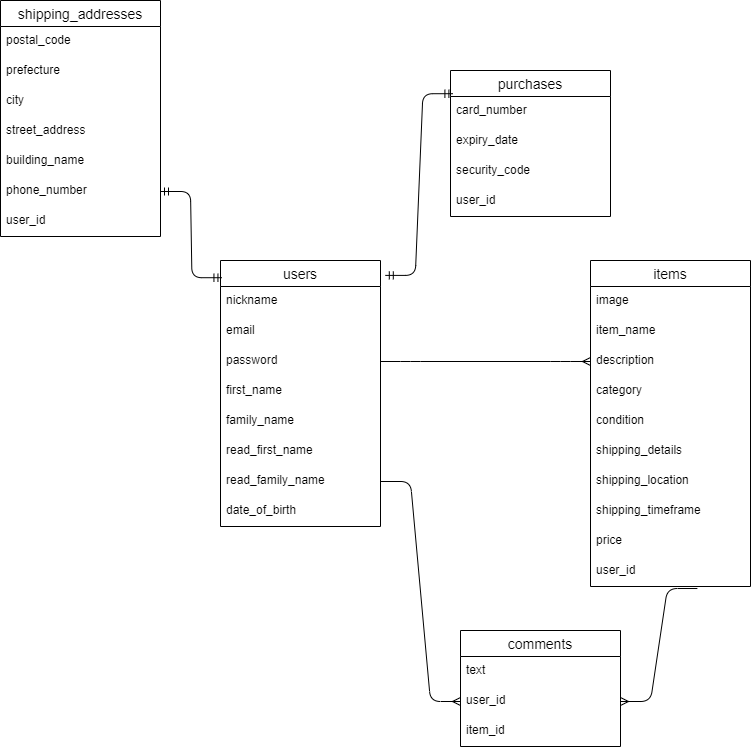
This is test.drawio.png from sumachanabc/furima-39812, a draw.io export, as it was before one commit. Source tidied: cells renumbered, new cells last; positions are measured from the earlier drawing's top-left corner, leaving out a move shared by most shapes. The source it was exported from:
```xml
<mxGraphModel>
  <root>
    <mxCell id="0" />
    <mxCell id="1" parent="0" />
    <mxCell id="2" value="users" style="swimlane;fontStyle=0;horizontal=1;startSize=26;align=center;fontSize=14;" parent="1" vertex="1">
      <mxGeometry x="220" y="260" width="160" height="266" as="geometry" />
    </mxCell>
    <mxCell id="3" value="nickname" style="text;strokeColor=none;fillColor=none;spacingLeft=4;spacingRight=4;overflow=hidden;points=[[0,0.5],[1,0.5]];portConstraint=eastwest;fontSize=12;" parent="2" vertex="1">
      <mxGeometry y="26" width="160" height="30" as="geometry" />
    </mxCell>
    <mxCell id="4" value="email" style="text;strokeColor=none;fillColor=none;spacingLeft=4;spacingRight=4;overflow=hidden;fontSize=12;" parent="2" vertex="1">
      <mxGeometry y="56" width="160" height="30" as="geometry" />
    </mxCell>
    <mxCell id="5" value="password" style="text;strokeColor=none;fillColor=none;spacingLeft=4;spacingRight=4;overflow=hidden;points=[[0,0.5],[1,0.5]];portConstraint=eastwest;fontSize=12;" parent="2" vertex="1">
      <mxGeometry y="86" width="160" height="30" as="geometry" />
    </mxCell>
    <mxCell id="6" value="first_name" style="text;strokeColor=none;fillColor=none;spacingLeft=4;spacingRight=4;overflow=hidden;fontSize=12;" parent="2" vertex="1">
      <mxGeometry y="116" width="160" height="30" as="geometry" />
    </mxCell>
    <mxCell id="7" value="family_name" style="text;strokeColor=none;fillColor=none;spacingLeft=4;spacingRight=4;overflow=hidden;fontSize=12;" parent="2" vertex="1">
      <mxGeometry y="146" width="160" height="30" as="geometry" />
    </mxCell>
    <mxCell id="8" value="read_first_name" style="text;strokeColor=none;fillColor=none;spacingLeft=4;spacingRight=4;overflow=hidden;fontSize=12;" parent="2" vertex="1">
      <mxGeometry y="176" width="160" height="30" as="geometry" />
    </mxCell>
    <mxCell id="9" value="read_family_name" style="text;strokeColor=none;fillColor=none;spacingLeft=4;spacingRight=4;overflow=hidden;points=[[0,0.5],[1,0.5]];portConstraint=eastwest;fontSize=12;" parent="2" vertex="1">
      <mxGeometry y="206" width="160" height="30" as="geometry" />
    </mxCell>
    <mxCell id="10" value="date_of_birth" style="text;strokeColor=none;fillColor=none;spacingLeft=4;spacingRight=4;overflow=hidden;fontSize=12;" parent="2" vertex="1">
      <mxGeometry y="236" width="160" height="30" as="geometry" />
    </mxCell>
    <mxCell id="11" value="items" style="swimlane;fontStyle=0;horizontal=1;startSize=26;align=center;fontSize=14;" parent="1" vertex="1">
      <mxGeometry x="590" y="260" width="160" height="326" as="geometry" />
    </mxCell>
    <mxCell id="12" value="image " style="text;strokeColor=none;fillColor=none;spacingLeft=4;spacingRight=4;overflow=hidden;fontSize=12;" parent="11" vertex="1">
      <mxGeometry y="26" width="160" height="30" as="geometry" />
    </mxCell>
    <mxCell id="13" value="item_name" style="text;strokeColor=none;fillColor=none;spacingLeft=4;spacingRight=4;overflow=hidden;fontSize=12;" parent="11" vertex="1">
      <mxGeometry y="56" width="160" height="30" as="geometry" />
    </mxCell>
    <mxCell id="14" value="description" style="text;strokeColor=none;fillColor=none;spacingLeft=4;spacingRight=4;overflow=hidden;points=[[0,0.5],[1,0.5]];portConstraint=eastwest;fontSize=12;" parent="11" vertex="1">
      <mxGeometry y="86" width="160" height="30" as="geometry" />
    </mxCell>
    <mxCell id="15" value="category" style="text;strokeColor=none;fillColor=none;spacingLeft=4;spacingRight=4;overflow=hidden;fontSize=12;" parent="11" vertex="1">
      <mxGeometry y="116" width="160" height="30" as="geometry" />
    </mxCell>
    <mxCell id="16" value="condition" style="text;strokeColor=none;fillColor=none;spacingLeft=4;spacingRight=4;overflow=hidden;fontSize=12;" parent="11" vertex="1">
      <mxGeometry y="146" width="160" height="30" as="geometry" />
    </mxCell>
    <mxCell id="17" value="shipping_details" style="text;strokeColor=none;fillColor=none;spacingLeft=4;spacingRight=4;overflow=hidden;fontSize=12;" parent="11" vertex="1">
      <mxGeometry y="176" width="160" height="30" as="geometry" />
    </mxCell>
    <mxCell id="18" value="shipping_location" style="text;strokeColor=none;fillColor=none;spacingLeft=4;spacingRight=4;overflow=hidden;fontSize=12;" parent="11" vertex="1">
      <mxGeometry y="206" width="160" height="30" as="geometry" />
    </mxCell>
    <mxCell id="19" value="shipping_timeframe" style="text;strokeColor=none;fillColor=none;spacingLeft=4;spacingRight=4;overflow=hidden;fontSize=12;" parent="11" vertex="1">
      <mxGeometry y="236" width="160" height="30" as="geometry" />
    </mxCell>
    <mxCell id="20" value="price" style="text;strokeColor=none;fillColor=none;spacingLeft=4;spacingRight=4;overflow=hidden;fontSize=12;" parent="11" vertex="1">
      <mxGeometry y="266" width="160" height="30" as="geometry" />
    </mxCell>
    <mxCell id="21" value="user_id" style="text;strokeColor=none;fillColor=none;spacingLeft=4;spacingRight=4;overflow=hidden;points=[[0,0.5],[1,0.5]];portConstraint=eastwest;fontSize=12;" parent="11" vertex="1">
      <mxGeometry y="296" width="160" height="30" as="geometry" />
    </mxCell>
    <mxCell id="22" value="comments" style="swimlane;fontStyle=0;horizontal=1;startSize=26;align=center;fontSize=14;" parent="1" vertex="1">
      <mxGeometry x="460" y="630" width="160" height="116" as="geometry" />
    </mxCell>
    <mxCell id="23" value="text" style="text;strokeColor=none;fillColor=none;spacingLeft=4;spacingRight=4;overflow=hidden;fontSize=12;" parent="22" vertex="1">
      <mxGeometry y="26" width="160" height="30" as="geometry" />
    </mxCell>
    <mxCell id="24" value="user_id" style="text;strokeColor=none;fillColor=none;spacingLeft=4;spacingRight=4;overflow=hidden;points=[[0,0.5],[1,0.5]];portConstraint=eastwest;fontSize=12;" parent="22" vertex="1">
      <mxGeometry y="56" width="160" height="30" as="geometry" />
    </mxCell>
    <mxCell id="25" value="item_id" style="text;strokeColor=none;fillColor=none;spacingLeft=4;spacingRight=4;overflow=hidden;fontSize=12;" parent="22" vertex="1">
      <mxGeometry y="86" width="160" height="30" as="geometry" />
    </mxCell>
    <mxCell id="26" style="edgeStyle=entityRelationEdgeStyle;fontSize=12;html=1;endArrow=ERmany;entryX=0;entryY=0.5;entryDx=0;entryDy=0;exitX=1;exitY=0.5;exitDx=0;exitDy=0;" parent="1" edge="1" source="5" target="14">
      <mxGeometry relative="1" as="geometry" />
    </mxCell>
    <mxCell id="27" style="edgeStyle=entityRelationEdgeStyle;fontSize=12;html=1;endArrow=ERmany;exitX=1;exitY=0.5;exitDx=0;exitDy=0;entryX=0;entryY=0.5;entryDx=0;entryDy=0;" parent="1" edge="1" source="9" target="24">
      <mxGeometry relative="1" as="geometry" />
    </mxCell>
    <mxCell id="28" style="edgeStyle=entityRelationEdgeStyle;fontSize=12;html=1;endArrow=ERmany;entryX=1;entryY=0.5;entryDx=0;entryDy=0;exitX=0.668;exitY=1.067;exitDx=0;exitDy=0;exitPerimeter=0;" parent="1" edge="1" source="21" target="24">
      <mxGeometry relative="1" as="geometry" />
    </mxCell>
    <mxCell id="29" value="shipping_addresses" style="swimlane;fontStyle=0;horizontal=1;startSize=26;align=center;fontSize=14;" parent="1" vertex="1">
      <mxGeometry width="160" height="236" as="geometry" />
    </mxCell>
    <mxCell id="30" value="postal_code" style="text;strokeColor=none;fillColor=none;spacingLeft=4;spacingRight=4;overflow=hidden;points=[[0,0.5],[1,0.5]];portConstraint=eastwest;fontSize=12;" parent="29" vertex="1">
      <mxGeometry y="26" width="160" height="30" as="geometry" />
    </mxCell>
    <mxCell id="31" value="prefecture" style="text;strokeColor=none;fillColor=none;spacingLeft=4;spacingRight=4;overflow=hidden;fontSize=12;" parent="29" vertex="1">
      <mxGeometry y="56" width="160" height="30" as="geometry" />
    </mxCell>
    <mxCell id="32" value="city" style="text;strokeColor=none;fillColor=none;spacingLeft=4;spacingRight=4;overflow=hidden;fontSize=12;" parent="29" vertex="1">
      <mxGeometry y="86" width="160" height="30" as="geometry" />
    </mxCell>
    <mxCell id="33" value="street_address" style="text;strokeColor=none;fillColor=none;spacingLeft=4;spacingRight=4;overflow=hidden;fontSize=12;" parent="29" vertex="1">
      <mxGeometry y="116" width="160" height="30" as="geometry" />
    </mxCell>
    <mxCell id="34" value="building_name" style="text;strokeColor=none;fillColor=none;spacingLeft=4;spacingRight=4;overflow=hidden;fontSize=12;" parent="29" vertex="1">
      <mxGeometry y="146" width="160" height="30" as="geometry" />
    </mxCell>
    <mxCell id="35" value="phone_number" style="text;strokeColor=none;fillColor=none;spacingLeft=4;spacingRight=4;overflow=hidden;points=[[0,0.5],[1,0.5]];portConstraint=eastwest;fontSize=12;" parent="29" vertex="1">
      <mxGeometry y="176" width="160" height="30" as="geometry" />
    </mxCell>
    <mxCell id="36" value="user_id" style="text;strokeColor=none;fillColor=none;spacingLeft=4;spacingRight=4;overflow=hidden;fontSize=12;" parent="29" vertex="1">
      <mxGeometry y="206" width="160" height="30" as="geometry" />
    </mxCell>
    <mxCell id="37" value="purchases" style="swimlane;fontStyle=0;horizontal=1;startSize=26;align=center;fontSize=14;" parent="1" vertex="1">
      <mxGeometry x="450" y="70" width="160" height="146" as="geometry" />
    </mxCell>
    <mxCell id="38" value="card_number" style="text;strokeColor=none;fillColor=none;spacingLeft=4;spacingRight=4;overflow=hidden;points=[[0,0.5],[1,0.5]];portConstraint=eastwest;fontSize=12;" parent="37" vertex="1">
      <mxGeometry y="26" width="160" height="30" as="geometry" />
    </mxCell>
    <mxCell id="39" value="expiry_date" style="text;strokeColor=none;fillColor=none;spacingLeft=4;spacingRight=4;overflow=hidden;fontSize=12;" parent="37" vertex="1">
      <mxGeometry y="56" width="160" height="30" as="geometry" />
    </mxCell>
    <mxCell id="40" value="security_code" style="text;strokeColor=none;fillColor=none;spacingLeft=4;spacingRight=4;overflow=hidden;fontSize=12;" parent="37" vertex="1">
      <mxGeometry y="86" width="160" height="30" as="geometry" />
    </mxCell>
    <mxCell id="41" value="user_id" style="text;strokeColor=none;fillColor=none;spacingLeft=4;spacingRight=4;overflow=hidden;fontSize=12;" parent="37" vertex="1">
      <mxGeometry y="116" width="160" height="30" as="geometry" />
    </mxCell>
    <mxCell id="42" style="edgeStyle=entityRelationEdgeStyle;fontSize=12;html=1;endArrow=ERmandOne;startArrow=ERmandOne;exitX=1;exitY=0.5;exitDx=0;exitDy=0;entryX=0.009;entryY=-0.293;entryDx=0;entryDy=0;entryPerimeter=0;" parent="1" edge="1" source="35" target="3">
      <mxGeometry relative="1" as="geometry" />
    </mxCell>
    <mxCell id="43" style="edgeStyle=entityRelationEdgeStyle;fontSize=12;html=1;endArrow=ERmandOne;startArrow=ERmandOne;exitX=1.03;exitY=0.056;exitDx=0;exitDy=0;exitPerimeter=0;entryX=0.015;entryY=-0.093;entryDx=0;entryDy=0;entryPerimeter=0;" parent="1" edge="1" source="2" target="38">
      <mxGeometry relative="1" as="geometry" />
    </mxCell>
  </root>
</mxGraphModel>
```
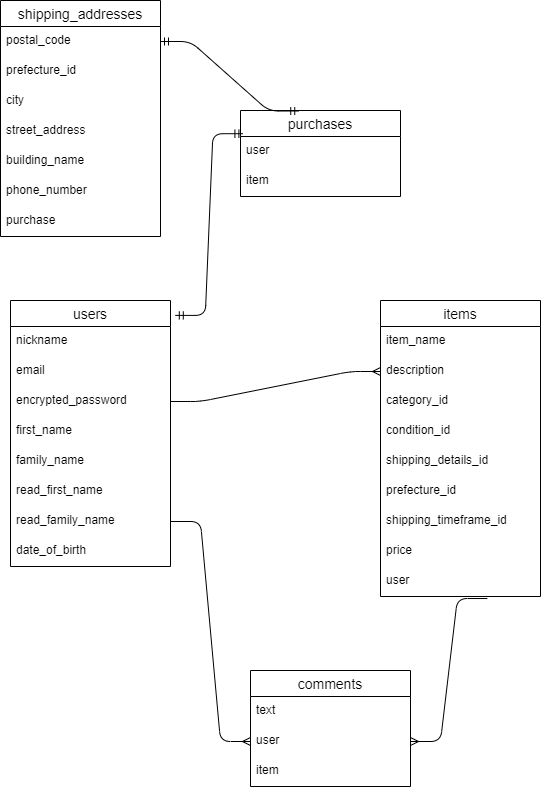
The same file after the commit.

Change to the diagram source:
```diff
@@ -11,7 +11,7 @@
     <mxCell id="4" value="email" style="text;strokeColor=none;fillColor=none;spacingLeft=4;spacingRight=4;overflow=hidden;fontSize=12;" parent="2" vertex="1">
       <mxGeometry y="56" width="160" height="30" as="geometry" />
     </mxCell>
-    <mxCell id="5" value="password" style="text;strokeColor=none;fillColor=none;spacingLeft=4;spacingRight=4;overflow=hidden;points=[[0,0.5],[1,0.5]];portConstraint=eastwest;fontSize=12;" parent="2" vertex="1">
+    <mxCell id="5" value="encrypted_password" style="text;strokeColor=none;fillColor=none;spacingLeft=4;spacingRight=4;overflow=hidden;points=[[0,0.5],[1,0.5]];portConstraint=eastwest;fontSize=12;" parent="2" vertex="1">
       <mxGeometry y="86" width="160" height="30" as="geometry" />
     </mxCell>
     <mxCell id="6" value="first_name" style="text;strokeColor=none;fillColor=none;spacingLeft=4;spacingRight=4;overflow=hidden;fontSize=12;" parent="2" vertex="1">
@@ -30,37 +30,34 @@
       <mxGeometry y="236" width="160" height="30" as="geometry" />
     </mxCell>
     <mxCell id="11" value="items" style="swimlane;fontStyle=0;horizontal=1;startSize=26;align=center;fontSize=14;" parent="1" vertex="1">
-      <mxGeometry x="590" y="260" width="160" height="326" as="geometry" />
+      <mxGeometry x="590" y="260" width="160" height="296" as="geometry" />
     </mxCell>
-    <mxCell id="12" value="image " style="text;strokeColor=none;fillColor=none;spacingLeft=4;spacingRight=4;overflow=hidden;fontSize=12;" parent="11" vertex="1">
-      <mxGeometry y="26" width="160" height="30" as="geometry" />
-    </mxCell>
     <mxCell id="13" value="item_name" style="text;strokeColor=none;fillColor=none;spacingLeft=4;spacingRight=4;overflow=hidden;fontSize=12;" parent="11" vertex="1">
-      <mxGeometry y="56" width="160" height="30" as="geometry" />
+      <mxGeometry y="26" width="160" height="30" as="geometry" />
     </mxCell>
     <mxCell id="14" value="description" style="text;strokeColor=none;fillColor=none;spacingLeft=4;spacingRight=4;overflow=hidden;points=[[0,0.5],[1,0.5]];portConstraint=eastwest;fontSize=12;" parent="11" vertex="1">
-      <mxGeometry y="86" width="160" height="30" as="geometry" />
+      <mxGeometry y="56" width="160" height="30" as="geometry" />
     </mxCell>
-    <mxCell id="15" value="category" style="text;strokeColor=none;fillColor=none;spacingLeft=4;spacingRight=4;overflow=hidden;fontSize=12;" parent="11" vertex="1">
-      <mxGeometry y="116" width="160" height="30" as="geometry" />
+    <mxCell id="15" value="category_id" style="text;strokeColor=none;fillColor=none;spacingLeft=4;spacingRight=4;overflow=hidden;fontSize=12;" parent="11" vertex="1">
+      <mxGeometry y="86" width="160" height="30" as="geometry" />
     </mxCell>
-    <mxCell id="16" value="condition" style="text;strokeColor=none;fillColor=none;spacingLeft=4;spacingRight=4;overflow=hidden;fontSize=12;" parent="11" vertex="1">
-      <mxGeometry y="146" width="160" height="30" as="geometry" />
+    <mxCell id="16" value="condition_id" style="text;strokeColor=none;fillColor=none;spacingLeft=4;spacingRight=4;overflow=hidden;fontSize=12;" parent="11" vertex="1">
+      <mxGeometry y="116" width="160" height="30" as="geometry" />
     </mxCell>
-    <mxCell id="17" value="shipping_details" style="text;strokeColor=none;fillColor=none;spacingLeft=4;spacingRight=4;overflow=hidden;fontSize=12;" parent="11" vertex="1">
-      <mxGeometry y="176" width="160" height="30" as="geometry" />
+    <mxCell id="17" value="shipping_details_id" style="text;strokeColor=none;fillColor=none;spacingLeft=4;spacingRight=4;overflow=hidden;fontSize=12;" parent="11" vertex="1">
+      <mxGeometry y="146" width="160" height="30" as="geometry" />
     </mxCell>
-    <mxCell id="18" value="shipping_location" style="text;strokeColor=none;fillColor=none;spacingLeft=4;spacingRight=4;overflow=hidden;fontSize=12;" parent="11" vertex="1">
-      <mxGeometry y="206" width="160" height="30" as="geometry" />
+    <mxCell id="18" value="prefecture_id" style="text;strokeColor=none;fillColor=none;spacingLeft=4;spacingRight=4;overflow=hidden;fontSize=12;" parent="11" vertex="1">
+      <mxGeometry y="176" width="160" height="30" as="geometry" />
     </mxCell>
-    <mxCell id="19" value="shipping_timeframe" style="text;strokeColor=none;fillColor=none;spacingLeft=4;spacingRight=4;overflow=hidden;fontSize=12;" parent="11" vertex="1">
-      <mxGeometry y="236" width="160" height="30" as="geometry" />
+    <mxCell id="19" value="shipping_timeframe_id" style="text;strokeColor=none;fillColor=none;spacingLeft=4;spacingRight=4;overflow=hidden;fontSize=12;" parent="11" vertex="1">
+      <mxGeometry y="206" width="160" height="30" as="geometry" />
     </mxCell>
     <mxCell id="20" value="price" style="text;strokeColor=none;fillColor=none;spacingLeft=4;spacingRight=4;overflow=hidden;fontSize=12;" parent="11" vertex="1">
-      <mxGeometry y="266" width="160" height="30" as="geometry" />
+      <mxGeometry y="236" width="160" height="30" as="geometry" />
     </mxCell>
-    <mxCell id="21" value="user_id" style="text;strokeColor=none;fillColor=none;spacingLeft=4;spacingRight=4;overflow=hidden;points=[[0,0.5],[1,0.5]];portConstraint=eastwest;fontSize=12;" parent="11" vertex="1">
-      <mxGeometry y="296" width="160" height="30" as="geometry" />
+    <mxCell id="21" value="user" style="text;strokeColor=none;fillColor=none;spacingLeft=4;spacingRight=4;overflow=hidden;points=[[0,0.5],[1,0.5]];portConstraint=eastwest;fontSize=12;" parent="11" vertex="1">
+      <mxGeometry y="266" width="160" height="30" as="geometry" />
     </mxCell>
     <mxCell id="22" value="comments" style="swimlane;fontStyle=0;horizontal=1;startSize=26;align=center;fontSize=14;" parent="1" vertex="1">
       <mxGeometry x="460" y="630" width="160" height="116" as="geometry" />
@@ -68,10 +65,10 @@
     <mxCell id="23" value="text" style="text;strokeColor=none;fillColor=none;spacingLeft=4;spacingRight=4;overflow=hidden;fontSize=12;" parent="22" vertex="1">
       <mxGeometry y="26" width="160" height="30" as="geometry" />
     </mxCell>
-    <mxCell id="24" value="user_id" style="text;strokeColor=none;fillColor=none;spacingLeft=4;spacingRight=4;overflow=hidden;points=[[0,0.5],[1,0.5]];portConstraint=eastwest;fontSize=12;" parent="22" vertex="1">
+    <mxCell id="24" value="user" style="text;strokeColor=none;fillColor=none;spacingLeft=4;spacingRight=4;overflow=hidden;points=[[0,0.5],[1,0.5]];portConstraint=eastwest;fontSize=12;" parent="22" vertex="1">
       <mxGeometry y="56" width="160" height="30" as="geometry" />
     </mxCell>
-    <mxCell id="25" value="item_id" style="text;strokeColor=none;fillColor=none;spacingLeft=4;spacingRight=4;overflow=hidden;fontSize=12;" parent="22" vertex="1">
+    <mxCell id="25" value="item" style="text;strokeColor=none;fillColor=none;spacingLeft=4;spacingRight=4;overflow=hidden;fontSize=12;" parent="22" vertex="1">
       <mxGeometry y="86" width="160" height="30" as="geometry" />
     </mxCell>
     <mxCell id="26" style="edgeStyle=entityRelationEdgeStyle;fontSize=12;html=1;endArrow=ERmany;entryX=0;entryY=0.5;entryDx=0;entryDy=0;exitX=1;exitY=0.5;exitDx=0;exitDy=0;" parent="1" edge="1" source="5" target="14">
@@ -84,12 +81,12 @@
       <mxGeometry relative="1" as="geometry" />
     </mxCell>
     <mxCell id="29" value="shipping_addresses" style="swimlane;fontStyle=0;horizontal=1;startSize=26;align=center;fontSize=14;" parent="1" vertex="1">
-      <mxGeometry width="160" height="236" as="geometry" />
+      <mxGeometry x="210" y="-40" width="160" height="236" as="geometry" />
     </mxCell>
     <mxCell id="30" value="postal_code" style="text;strokeColor=none;fillColor=none;spacingLeft=4;spacingRight=4;overflow=hidden;points=[[0,0.5],[1,0.5]];portConstraint=eastwest;fontSize=12;" parent="29" vertex="1">
       <mxGeometry y="26" width="160" height="30" as="geometry" />
     </mxCell>
-    <mxCell id="31" value="prefecture" style="text;strokeColor=none;fillColor=none;spacingLeft=4;spacingRight=4;overflow=hidden;fontSize=12;" parent="29" vertex="1">
+    <mxCell id="31" value="prefecture_id" style="text;strokeColor=none;fillColor=none;spacingLeft=4;spacingRight=4;overflow=hidden;fontSize=12;" parent="29" vertex="1">
       <mxGeometry y="56" width="160" height="30" as="geometry" />
     </mxCell>
     <mxCell id="32" value="city" style="text;strokeColor=none;fillColor=none;spacingLeft=4;spacingRight=4;overflow=hidden;fontSize=12;" parent="29" vertex="1">
@@ -104,29 +101,25 @@
     <mxCell id="35" value="phone_number" style="text;strokeColor=none;fillColor=none;spacingLeft=4;spacingRight=4;overflow=hidden;points=[[0,0.5],[1,0.5]];portConstraint=eastwest;fontSize=12;" parent="29" vertex="1">
       <mxGeometry y="176" width="160" height="30" as="geometry" />
     </mxCell>
-    <mxCell id="36" value="user_id" style="text;strokeColor=none;fillColor=none;spacingLeft=4;spacingRight=4;overflow=hidden;fontSize=12;" parent="29" vertex="1">
+    <mxCell id="36" value="purchase" style="text;strokeColor=none;fillColor=none;spacingLeft=4;spacingRight=4;overflow=hidden;fontSize=12;" parent="29" vertex="1">
       <mxGeometry y="206" width="160" height="30" as="geometry" />
     </mxCell>
     <mxCell id="37" value="purchases" style="swimlane;fontStyle=0;horizontal=1;startSize=26;align=center;fontSize=14;" parent="1" vertex="1">
-      <mxGeometry x="450" y="70" width="160" height="146" as="geometry" />
+      <mxGeometry x="450" y="70" width="160" height="86" as="geometry" />
     </mxCell>
-    <mxCell id="38" value="card_number" style="text;strokeColor=none;fillColor=none;spacingLeft=4;spacingRight=4;overflow=hidden;points=[[0,0.5],[1,0.5]];portConstraint=eastwest;fontSize=12;" parent="37" vertex="1">
-      <mxGeometry y="26" width="160" height="30" as="geometry" />
-    </mxCell>
-    <mxCell id="39" value="expiry_date" style="text;strokeColor=none;fillColor=none;spacingLeft=4;spacingRight=4;overflow=hidden;fontSize=12;" parent="37" vertex="1">
-      <mxGeometry y="56" width="160" height="30" as="geometry" />
-    </mxCell>
-    <mxCell id="40" value="security_code" style="text;strokeColor=none;fillColor=none;spacingLeft=4;spacingRight=4;overflow=hidden;fontSize=12;" parent="37" vertex="1">
-      <mxGeometry y="86" width="160" height="30" as="geometry" />
-    </mxCell>
-    <mxCell id="41" value="user_id" style="text;strokeColor=none;fillColor=none;spacingLeft=4;spacingRight=4;overflow=hidden;fontSize=12;" parent="37" vertex="1">
-      <mxGeometry y="116" width="160" height="30" as="geometry" />
+    <mxCell id="41" value="user" style="text;strokeColor=none;fillColor=none;spacingLeft=4;spacingRight=4;overflow=hidden;fontSize=12;" parent="37" vertex="1">
+      <mxGeometry y="26" width="160" height="30" as="geometry" />
     </mxCell>
+    <mxCell id="44" value="item" style="text;strokeColor=none;fillColor=none;spacingLeft=4;spacingRight=4;overflow=hidden;fontSize=12;" parent="37" vertex="1">
+      <mxGeometry y="56" width="160" height="30" as="geometry" />
+    </mxCell>
-    <mxCell id="42" style="edgeStyle=entityRelationEdgeStyle;fontSize=12;html=1;endArrow=ERmandOne;startArrow=ERmandOne;exitX=1;exitY=0.5;exitDx=0;exitDy=0;entryX=0.009;entryY=-0.293;entryDx=0;entryDy=0;entryPerimeter=0;" parent="1" edge="1" source="35" target="3">
+    <mxCell id="42" style="edgeStyle=entityRelationEdgeStyle;fontSize=12;html=1;endArrow=ERmandOne;startArrow=ERmandOne;exitX=1;exitY=0.5;exitDx=0;exitDy=0;entryX=0.364;entryY=0.006;entryDx=0;entryDy=0;entryPerimeter=0;" parent="1" edge="1" source="30" target="37">
       <mxGeometry relative="1" as="geometry" />
     </mxCell>
-    <mxCell id="43" style="edgeStyle=entityRelationEdgeStyle;fontSize=12;html=1;endArrow=ERmandOne;startArrow=ERmandOne;exitX=1.03;exitY=0.056;exitDx=0;exitDy=0;exitPerimeter=0;entryX=0.015;entryY=-0.093;entryDx=0;entryDy=0;entryPerimeter=0;" parent="1" edge="1" source="2" target="38">
-      <mxGeometry relative="1" as="geometry" />
+    <mxCell id="43" style="edgeStyle=entityRelationEdgeStyle;fontSize=12;html=1;endArrow=ERmandOne;startArrow=ERmandOne;exitX=1.03;exitY=0.056;exitDx=0;exitDy=0;exitPerimeter=0;entryX=0.015;entryY=-0.093;entryDx=0;entryDy=0;entryPerimeter=0;" parent="1" edge="1" source="2">
+      <mxGeometry relative="1" as="geometry">
+        <mxPoint x="452.4" y="93.2" as="targetPoint" />
+      </mxGeometry>
     </mxCell>
   </root>
 </mxGraphModel>
```
